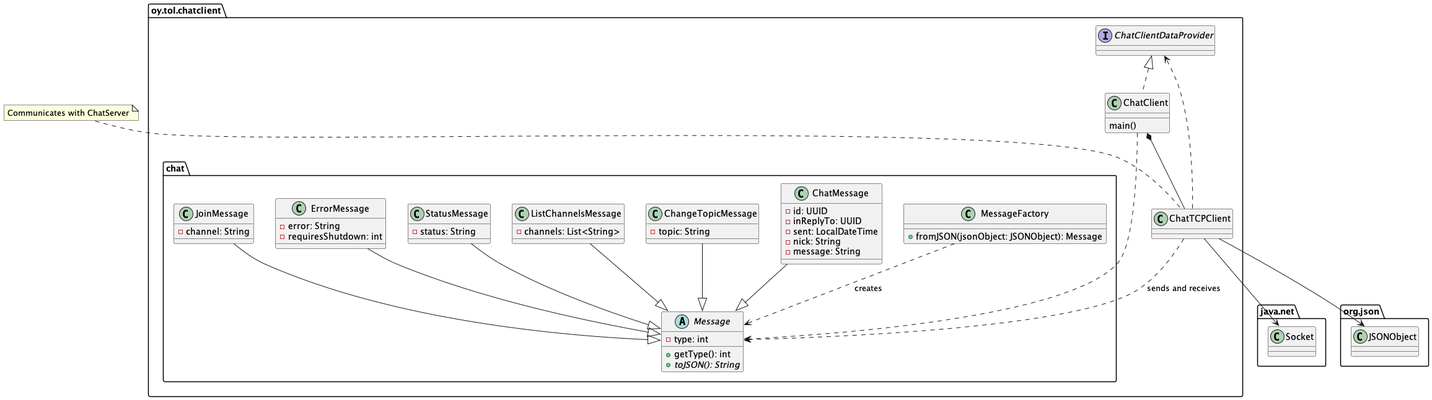
Earlier version of the PlantUML export O4-chat-client-classes.png (viljamivuorre/O4-client).
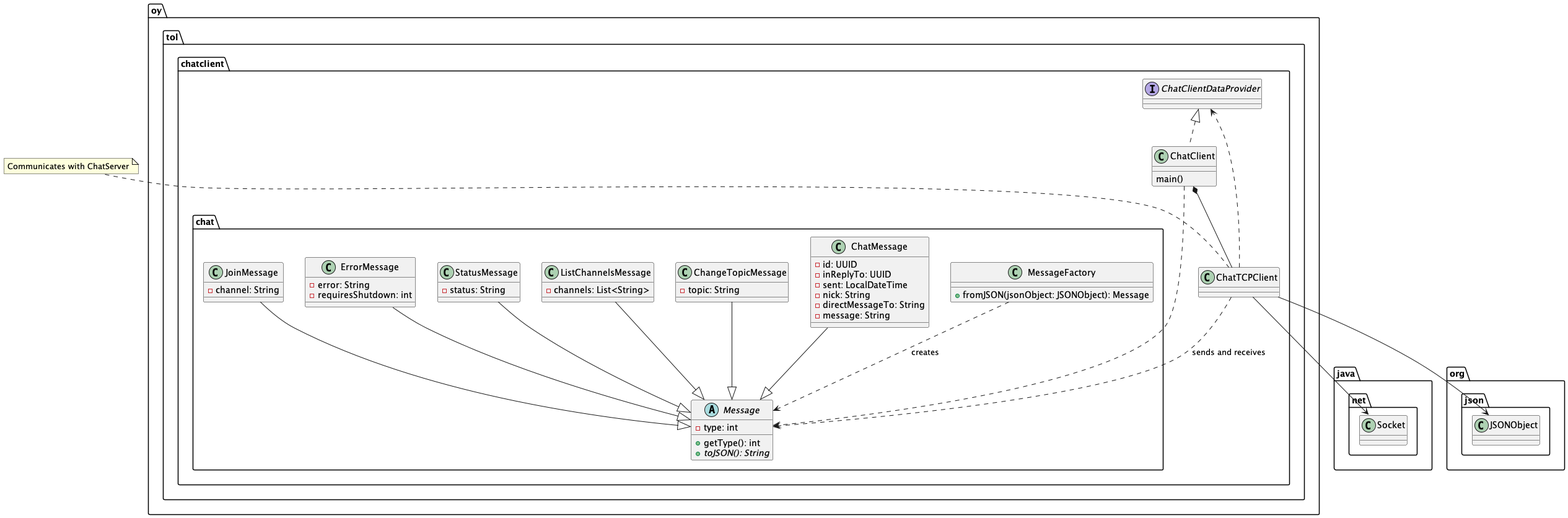
Later version of the same file.

What changed in the source:
```diff
@@ -14,6 +14,7 @@
       -inReplyTo: UUID
       -sent: LocalDateTime
       -nick: String
+      -directMessageTo: String
       -message: String
     }
     class ChangeTopicMessage {
```
